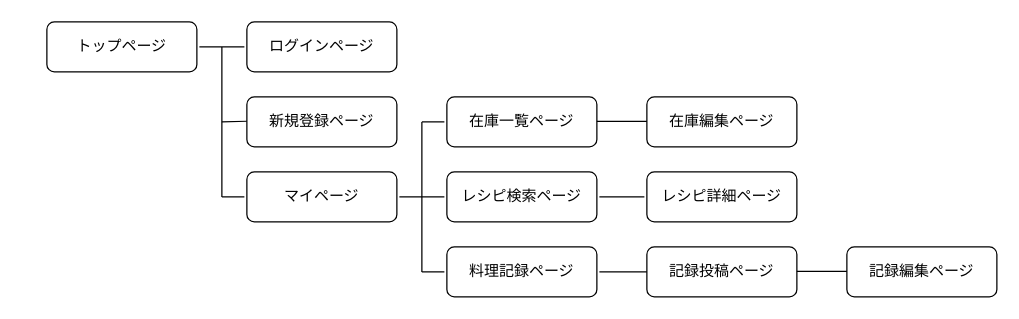
Earlier version of the draw.io diagram monitor.dio (lemon78787878/mmm). Source tidied: cells renumbered, new cells numbered last; positions are measured from the earlier drawing's top-left corner, leaving out a move shared by most shapes. Both pictures are drawn from the tidied source at 125%, with x=0, y=0 at pixel (46, 21).
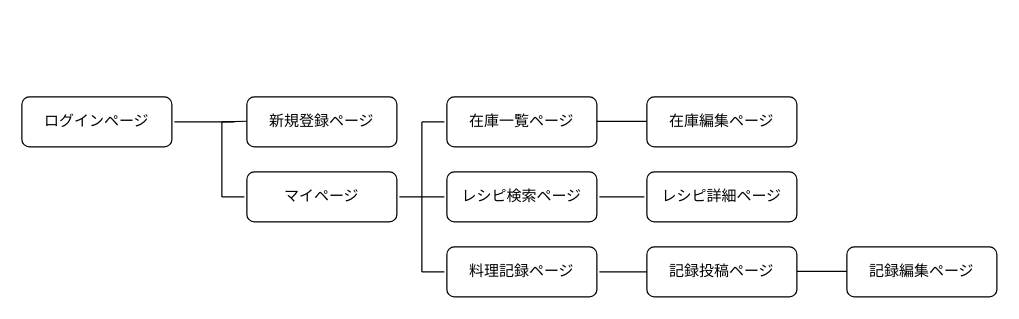
After the change.

The edit, as a diff of the source:
```diff
@@
-    <mxCell id="2" value="トップページ" style="whiteSpace=wrap;html=1;align=center;perimeterSpacing=2;rounded=1;" parent="1" vertex="1">
-      <mxGeometry width="120" height="40" as="geometry" />
-    </mxCell>
     <mxCell id="3" value="ログインページ" style="whiteSpace=wrap;html=1;align=center;perimeterSpacing=2;rounded=1;" parent="1" vertex="1">
-      <mxGeometry x="160" width="120" height="40" as="geometry" />
+      <mxGeometry x="-20" y="60" width="120" height="40" as="geometry" />
     </mxCell>
@@
-    <mxCell id="17" style="endArrow=none;html=1;rounded=0;entryX=0;entryY=0.5;entryDx=0;entryDy=0;exitX=1;exitY=0.5;exitDx=0;exitDy=0;" parent="1" edge="1" source="2" target="3">
-      <mxGeometry relative="1" as="geometry" />
+    <mxCell id="17" style="endArrow=none;html=1;rounded=0;entryX=1;entryY=0.5;entryDx=0;entryDy=0;" parent="1" edge="1" target="3">
+      <mxGeometry relative="1" as="geometry">
+        <mxPoint x="150" y="80" as="sourcePoint" />
+      </mxGeometry>
     </mxCell>
@@
     <mxCell id="23" style="endArrow=none;html=1;rounded=0;" parent="1" edge="1">
       <mxGeometry relative="1" as="geometry">
-        <mxPoint x="140" y="20" as="sourcePoint" />
+        <mxPoint x="140" y="80" as="sourcePoint" />
         <mxPoint x="140" y="140" as="targetPoint" />
       </mxGeometry>
     </mxCell>
```
